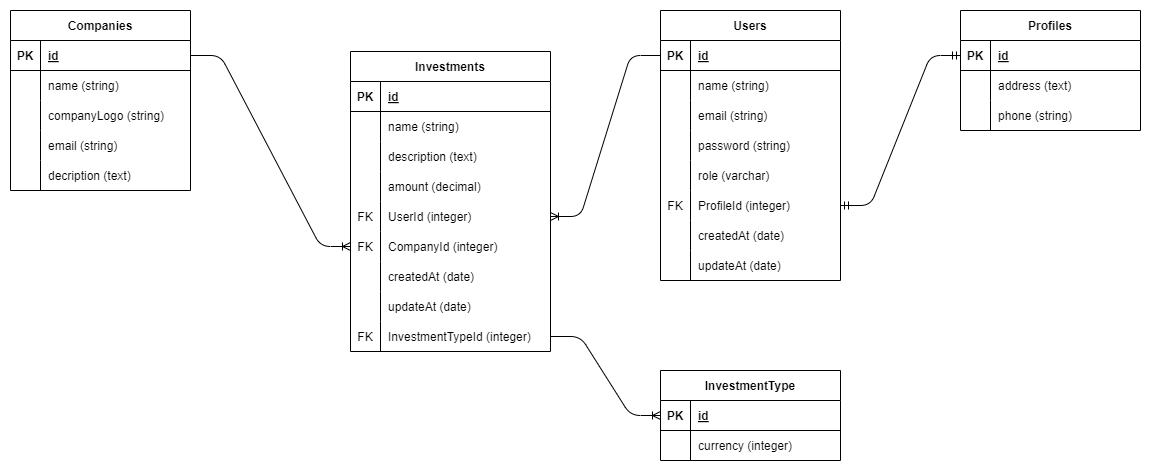
Above: erd2.png in Fahmi-ssy/pairedProjectFinTech (draw.io), before the change. Source tidied: cells renumbered, new cells last; positions are measured from the earlier drawing's top-left corner, leaving out a move shared by most shapes.
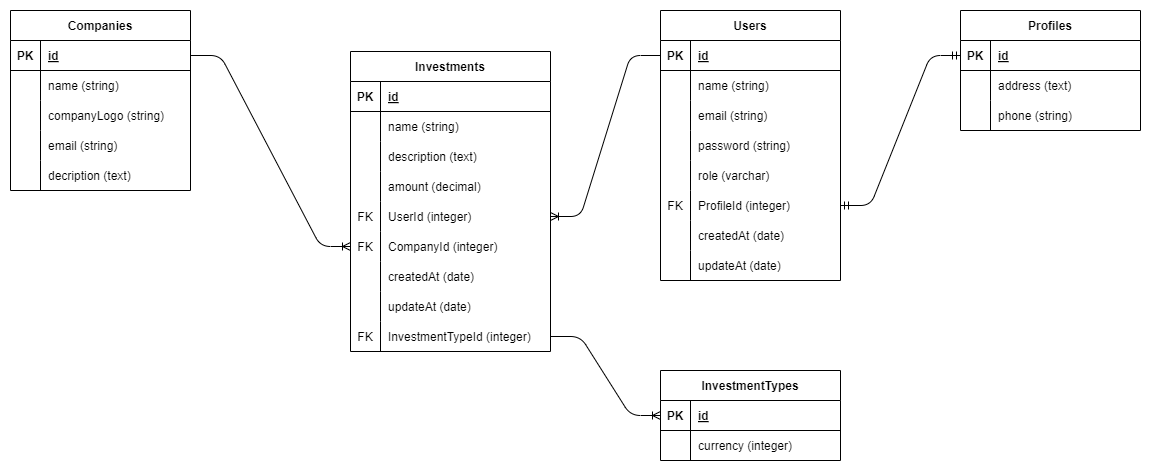
After the commit.

Diff of the diagram source:
```diff
@@ -239,7 +239,7 @@
     <mxCell id="80" value="phone (string)" style="shape=partialRectangle;fillColor=none;top=0;left=0;bottom=0;right=0;align=left;spacingLeft=6;overflow=hidden;" parent="78" vertex="1">
       <mxGeometry x="30" width="150" height="30" as="geometry" />
     </mxCell>
-    <mxCell id="81" value="InvestmentType" style="shape=table;startSize=30;rowLines=0;fontStyle=1;align=center;" parent="1" vertex="1">
+    <mxCell id="81" value="InvestmentTypes" style="shape=table;startSize=30;rowLines=0;fontStyle=1;align=center;" parent="1" vertex="1">
       <mxGeometry x="650" y="360" width="180" height="90" as="geometry" />
     </mxCell>
     <mxCell id="82" style="shape=tableRow;horizontal=0;startSize=0;swimlaneHead=0;swimlaneBody=0;fillColor=none;points=[[0,0.5],[1,0.5]];portConstraint=eastwest;top=0;left=0;right=0;bottom=1;" parent="81" vertex="1">
@@ -269,7 +269,7 @@
     <mxCell id="90" style="edgeStyle=entityRelationEdgeStyle;fontSize=12;html=1;endArrow=ERoneToMany;entryX=0;entryY=0.5;entryDx=0;entryDy=0;exitX=1;exitY=0.5;exitDx=0;exitDy=0;" parent="1" edge="1" source="3" target="34">
       <mxGeometry relative="1" as="geometry" />
     </mxCell>
-    <mxCell id="91" style="edgeStyle=entityRelationEdgeStyle;fontSize=12;html=1;endArrow=ERoneToMany;exitX=1;exitY=0.5;exitDx=0;exitDy=0;entryX=0;entryY=0.5;entryDx=0;entryDy=0;" parent="1" edge="1" source="43" target="82">
+    <mxCell id="91" style="edgeStyle=entityRelationEdgeStyle;fontSize=12;html=1;endArrow=ERoneToMany;entryX=0;entryY=0.5;entryDx=0;entryDy=0;exitX=1;exitY=0.5;exitDx=0;exitDy=0;" parent="1" edge="1" source="43" target="82">
       <mxGeometry relative="1" as="geometry" />
     </mxCell>
     <mxCell id="92" style="shape=tableRow;horizontal=0;startSize=0;swimlaneHead=0;swimlaneBody=0;fillColor=none;top=0;left=0;right=0;bottom=0;" parent="1" vertex="1">
```
